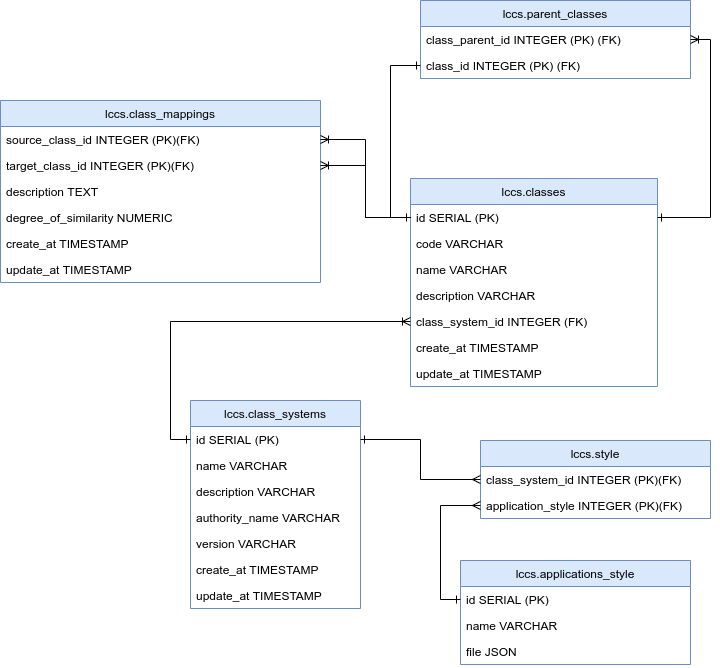
This is doc/spec/lccs_database.png from brazil-data-cube/lccs-db, a draw.io export, as it was before one commit. Source tidied: cells renumbered, new cells last; positions are measured from the earlier drawing's top-left corner, leaving out a move shared by most shapes.
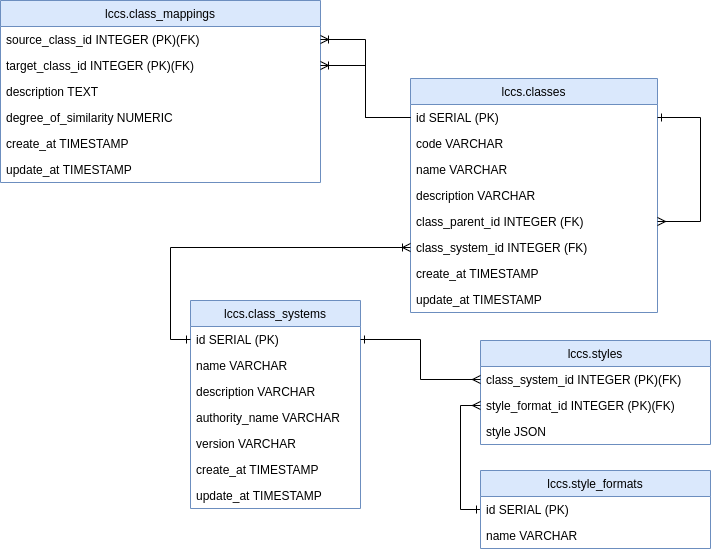
Above is the later version.

Commit message:
upgrade doc/spec diagram

Change to the diagram source:
```diff
@@ -27,7 +27,7 @@
       <mxGeometry y="182" width="170" height="26" as="geometry" />
     </mxCell>
     <mxCell id="10" value="lccs.classes" style="swimlane;fontStyle=0;horizontal=1;startSize=26;fillColor=#dae8fc;labelBackgroundColor=none;strokeColor=#6c8ebf;" parent="1" vertex="1">
-      <mxGeometry x="410" y="178" width="247" height="208" as="geometry" />
+      <mxGeometry x="410" y="178" width="247" height="234" as="geometry" />
     </mxCell>
     <mxCell id="11" value="id SERIAL (PK)" style="text;strokeColor=none;fillColor=none;align=left;verticalAlign=top;spacingLeft=4;spacingRight=4;overflow=hidden;points=[[0,0.5],[1,0.5]];portConstraint=eastwest;" parent="10" vertex="1">
       <mxGeometry y="26" width="247" height="26" as="geometry" />
@@ -38,17 +38,28 @@
     <mxCell id="13" value="name VARCHAR" style="text;strokeColor=none;fillColor=none;align=left;verticalAlign=top;spacingLeft=4;spacingRight=4;overflow=hidden;" parent="10" vertex="1">
       <mxGeometry y="78" width="247" height="26" as="geometry" />
     </mxCell>
+    <mxCell id="42" value="description VARCHAR&#10;" style="text;strokeColor=none;fillColor=none;align=left;verticalAlign=top;spacingLeft=4;spacingRight=4;overflow=hidden;" parent="10" vertex="1">
+      <mxGeometry y="104" width="247" height="26" as="geometry" />
+    </mxCell>
-    <mxCell id="14" value="description VARCHAR&#10;" style="text;strokeColor=none;fillColor=none;align=left;verticalAlign=top;spacingLeft=4;spacingRight=4;overflow=hidden;points=[[0,0.5],[1,0.5]];portConstraint=eastwest;" parent="10" vertex="1">
-      <mxGeometry y="104" width="247" height="26" as="geometry" />
+    <mxCell id="14" value="class_parent_id INTEGER (FK)&#10;" style="text;strokeColor=none;fillColor=none;align=left;verticalAlign=top;spacingLeft=4;spacingRight=4;overflow=hidden;points=[[0,0.5],[1,0.5]];portConstraint=eastwest;" parent="10" vertex="1">
+      <mxGeometry y="130" width="247" height="26" as="geometry" />
     </mxCell>
+    <mxCell id="43" style="edgeStyle=orthogonalEdgeStyle;rounded=0;jettySize=auto;html=1;exitX=1;exitY=0.5;exitDx=0;exitDy=0;entryX=1;entryY=0.5;entryDx=0;entryDy=0;startArrow=ERmany;startFill=0;endArrow=ERone;endFill=0;" parent="10" edge="1" source="14" target="11">
+      <mxGeometry relative="1" as="geometry">
+        <Array as="points">
+          <mxPoint x="290" y="143" />
+          <mxPoint x="290" y="39" />
+        </Array>
+      </mxGeometry>
+    </mxCell>
     <mxCell id="15" value="class_system_id INTEGER (FK)&#10;" style="text;strokeColor=none;fillColor=none;align=left;verticalAlign=top;spacingLeft=4;spacingRight=4;overflow=hidden;points=[[0,0.5],[1,0.5]];portConstraint=eastwest;" parent="10" vertex="1">
-      <mxGeometry y="130" width="247" height="26" as="geometry" />
+      <mxGeometry y="156" width="247" height="26" as="geometry" />
     </mxCell>
     <mxCell id="16" value="create_at TIMESTAMP&#10;" style="text;strokeColor=none;fillColor=none;align=left;verticalAlign=top;spacingLeft=4;spacingRight=4;overflow=hidden;" parent="10" vertex="1">
-      <mxGeometry y="156" width="247" height="26" as="geometry" />
+      <mxGeometry y="182" width="247" height="26" as="geometry" />
     </mxCell>
     <mxCell id="17" value="update_at TIMESTAMP&#10;" style="text;strokeColor=none;fillColor=none;align=left;verticalAlign=top;spacingLeft=4;spacingRight=4;overflow=hidden;" parent="10" vertex="1">
-      <mxGeometry y="182" width="247" height="26" as="geometry" />
+      <mxGeometry y="208" width="247" height="26" as="geometry" />
     </mxCell>
     <mxCell id="18" value="lccs.class_mappings" style="swimlane;fontStyle=0;horizontal=1;startSize=26;fillColor=#dae8fc;labelBackgroundColor=none;strokeColor=#6c8ebf;" parent="1" vertex="1">
       <mxGeometry y="100" width="320" height="182" as="geometry" />
@@ -74,29 +85,32 @@
     <mxCell id="25" style="edgeStyle=orthogonalEdgeStyle;rounded=0;jettySize=auto;html=1;exitX=0;exitY=0.5;exitDx=0;exitDy=0;endArrow=ERoneToMany;endFill=0;startArrow=ERone;startFill=0;" parent="1" edge="1" source="3" target="15">
       <mxGeometry relative="1" as="geometry" />
     </mxCell>
-    <mxCell id="26" value="lccs.parent_classes" style="swimlane;fontStyle=0;horizontal=1;startSize=26;fillColor=#dae8fc;labelBackgroundColor=none;strokeColor=#6c8ebf;" parent="1" vertex="1">
-      <mxGeometry x="420" width="270" height="78" as="geometry" />
-    </mxCell>
-    <mxCell id="27" value="class_parent_id INTEGER (PK) (FK)" style="text;strokeColor=none;fillColor=none;align=left;verticalAlign=top;spacingLeft=4;spacingRight=4;overflow=hidden;points=[[0,0.5],[1,0.5]];portConstraint=eastwest;" parent="26" vertex="1">
-      <mxGeometry y="26" width="270" height="26" as="geometry" />
-    </mxCell>
-    <mxCell id="28" value="class_id INTEGER (PK) (FK)" style="text;strokeColor=none;fillColor=none;align=left;verticalAlign=top;spacingLeft=4;spacingRight=4;overflow=hidden;points=[[0,0.5],[1,0.5]];portConstraint=eastwest;" parent="26" vertex="1">
-      <mxGeometry y="52" width="270" height="26" as="geometry" />
-    </mxCell>
-    <mxCell id="29" style="edgeStyle=orthogonalEdgeStyle;rounded=0;jettySize=auto;html=1;exitX=0;exitY=0.5;exitDx=0;exitDy=0;entryX=0;entryY=0.5;entryDx=0;entryDy=0;endArrow=ERone;endFill=0;startArrow=ERone;startFill=0;" parent="1" edge="1" source="11" target="28">
-      <mxGeometry relative="1" as="geometry" />
-    </mxCell>
-    <mxCell id="30" style="edgeStyle=orthogonalEdgeStyle;rounded=0;jettySize=auto;html=1;exitX=1;exitY=0.5;exitDx=0;exitDy=0;entryX=1;entryY=0.5;entryDx=0;entryDy=0;endArrow=ERoneToMany;endFill=0;startArrow=ERone;startFill=0;" parent="1" edge="1" source="11" target="27">
-      <mxGeometry relative="1" as="geometry" />
-    </mxCell>
     <mxCell id="31" style="edgeStyle=orthogonalEdgeStyle;rounded=0;jettySize=auto;html=1;exitX=1;exitY=0.5;exitDx=0;exitDy=0;entryX=0;entryY=0.5;entryDx=0;entryDy=0;startArrow=ERoneToMany;startFill=0;endArrow=none;endFill=0;" parent="1" edge="1" source="19" target="11">
       <mxGeometry relative="1" as="geometry" />
     </mxCell>
     <mxCell id="32" style="edgeStyle=orthogonalEdgeStyle;rounded=0;jettySize=auto;html=1;entryX=0;entryY=0.5;entryDx=0;entryDy=0;startArrow=ERoneToMany;startFill=0;endArrow=none;endFill=0;" parent="1" edge="1" source="20" target="11">
       <mxGeometry relative="1" as="geometry" />
     </mxCell>
+    <mxCell id="37" value="lccs.styles" style="swimlane;fontStyle=0;horizontal=1;startSize=26;fillColor=#dae8fc;labelBackgroundColor=none;strokeColor=#6c8ebf;" parent="1" vertex="1">
+      <mxGeometry x="480" y="440" width="230" height="104" as="geometry" />
+    </mxCell>
+    <mxCell id="38" value="class_system_id INTEGER (PK)(FK)" style="text;strokeColor=none;fillColor=none;align=left;verticalAlign=top;spacingLeft=4;spacingRight=4;overflow=hidden;points=[[0,0.5],[1,0.5]];portConstraint=eastwest;" parent="37" vertex="1">
+      <mxGeometry y="26" width="230" height="26" as="geometry" />
+    </mxCell>
+    <mxCell id="39" value="style_format_id INTEGER (PK)(FK)" style="text;strokeColor=none;fillColor=none;align=left;verticalAlign=top;spacingLeft=4;spacingRight=4;overflow=hidden;points=[[0,0.5],[1,0.5]];portConstraint=eastwest;" parent="37" vertex="1">
+      <mxGeometry y="52" width="230" height="26" as="geometry" />
+    </mxCell>
+    <mxCell id="44" value="style JSON" style="text;strokeColor=none;fillColor=none;align=left;verticalAlign=top;spacingLeft=4;spacingRight=4;overflow=hidden;" parent="37" vertex="1">
+      <mxGeometry y="78" width="230" height="26" as="geometry" />
+    </mxCell>
+    <mxCell id="40" style="edgeStyle=orthogonalEdgeStyle;rounded=0;jettySize=auto;html=1;exitX=0;exitY=0.5;exitDx=0;exitDy=0;entryX=0;entryY=0.5;entryDx=0;entryDy=0;startArrow=ERone;startFill=0;endArrow=ERmany;endFill=0;" parent="1" edge="1" source="34" target="39">
+      <mxGeometry relative="1" as="geometry" />
+    </mxCell>
+    <mxCell id="41" style="edgeStyle=orthogonalEdgeStyle;rounded=0;jettySize=auto;html=1;exitX=1;exitY=0.5;exitDx=0;exitDy=0;entryX=0;entryY=0.5;entryDx=0;entryDy=0;startArrow=ERone;startFill=0;endArrow=ERmany;endFill=0;" parent="1" edge="1" source="3" target="38">
+      <mxGeometry relative="1" as="geometry" />
+    </mxCell>
-    <mxCell id="33" value="lccs.applications_style" style="swimlane;fontStyle=0;horizontal=1;startSize=26;fillColor=#dae8fc;labelBackgroundColor=none;strokeColor=#6c8ebf;" parent="1" vertex="1">
-      <mxGeometry x="460" y="560" width="230" height="104" as="geometry" />
+    <mxCell id="33" value="lccs.style_formats" style="swimlane;fontStyle=0;horizontal=1;startSize=26;fillColor=#dae8fc;labelBackgroundColor=none;strokeColor=#6c8ebf;" parent="1" vertex="1">
+      <mxGeometry x="480" y="570" width="230" height="78" as="geometry" />
     </mxCell>
     <mxCell id="34" value="id SERIAL (PK)" style="text;strokeColor=none;fillColor=none;align=left;verticalAlign=top;spacingLeft=4;spacingRight=4;overflow=hidden;points=[[0,0.5],[1,0.5]];portConstraint=eastwest;" parent="33" vertex="1">
       <mxGeometry y="26" width="230" height="26" as="geometry" />
@@ -104,23 +118,5 @@
     <mxCell id="35" value="name VARCHAR" style="text;strokeColor=none;fillColor=none;align=left;verticalAlign=top;spacingLeft=4;spacingRight=4;overflow=hidden;" parent="33" vertex="1">
       <mxGeometry y="52" width="230" height="26" as="geometry" />
     </mxCell>
-    <mxCell id="36" value="file JSON" style="text;strokeColor=none;fillColor=none;align=left;verticalAlign=top;spacingLeft=4;spacingRight=4;overflow=hidden;" parent="33" vertex="1">
-      <mxGeometry y="78" width="230" height="26" as="geometry" />
-    </mxCell>
-    <mxCell id="37" value="lccs.style" style="swimlane;fontStyle=0;horizontal=1;startSize=26;fillColor=#dae8fc;labelBackgroundColor=none;strokeColor=#6c8ebf;" parent="1" vertex="1">
-      <mxGeometry x="480" y="440" width="230" height="78" as="geometry" />
-    </mxCell>
-    <mxCell id="38" value="class_system_id INTEGER (PK)(FK)" style="text;strokeColor=none;fillColor=none;align=left;verticalAlign=top;spacingLeft=4;spacingRight=4;overflow=hidden;points=[[0,0.5],[1,0.5]];portConstraint=eastwest;" parent="37" vertex="1">
-      <mxGeometry y="26" width="230" height="26" as="geometry" />
-    </mxCell>
-    <mxCell id="39" value="application_style INTEGER (PK)(FK)" style="text;strokeColor=none;fillColor=none;align=left;verticalAlign=top;spacingLeft=4;spacingRight=4;overflow=hidden;points=[[0,0.5],[1,0.5]];portConstraint=eastwest;" parent="37" vertex="1">
-      <mxGeometry y="52" width="230" height="26" as="geometry" />
-    </mxCell>
-    <mxCell id="40" style="edgeStyle=orthogonalEdgeStyle;rounded=0;jettySize=auto;html=1;exitX=0;exitY=0.5;exitDx=0;exitDy=0;entryX=0;entryY=0.5;entryDx=0;entryDy=0;startArrow=ERone;startFill=0;endArrow=ERmany;endFill=0;" parent="1" edge="1" source="34" target="39">
-      <mxGeometry relative="1" as="geometry" />
-    </mxCell>
-    <mxCell id="41" style="edgeStyle=orthogonalEdgeStyle;rounded=0;jettySize=auto;html=1;exitX=1;exitY=0.5;exitDx=0;exitDy=0;entryX=0;entryY=0.5;entryDx=0;entryDy=0;startArrow=ERone;startFill=0;endArrow=ERmany;endFill=0;" parent="1" edge="1" source="3" target="38">
-      <mxGeometry relative="1" as="geometry" />
-    </mxCell>
   </root>
 </mxGraphModel>
```
